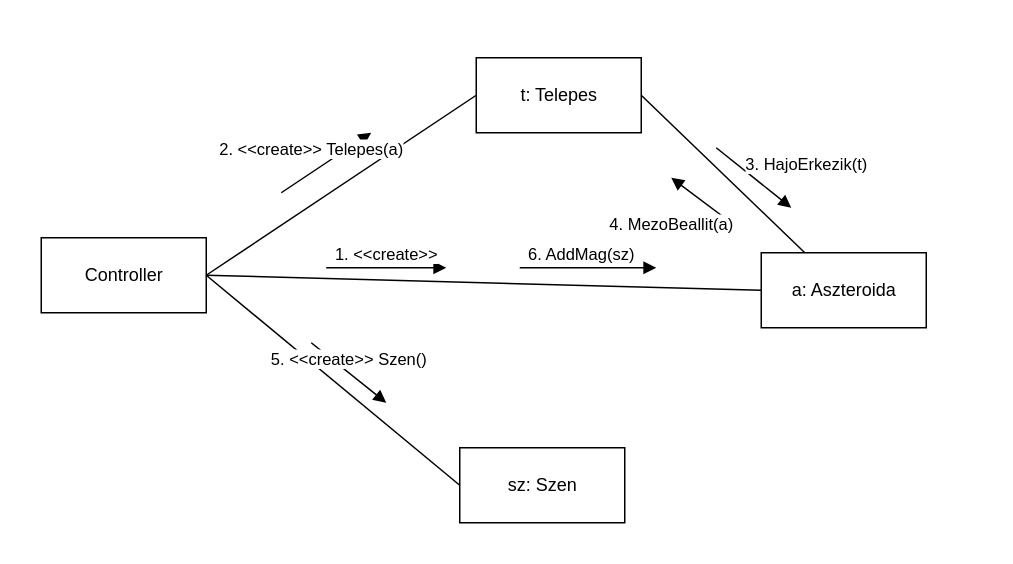
Before: page "szen" (3 of 4) of doc/kommunikacio/kom_TelepesBanyasz.drawio in torpeBoiGo/aszteroidabanyaszat, a draw.io diagram. Source tidied: cells renumbered, new cells numbered last; positions are measured from the earlier drawing's top-left corner, leaving out a move shared by most shapes. Both pictures are drawn from the tidied source at 150%, with x=0, y=0 at pixel (40, 57).
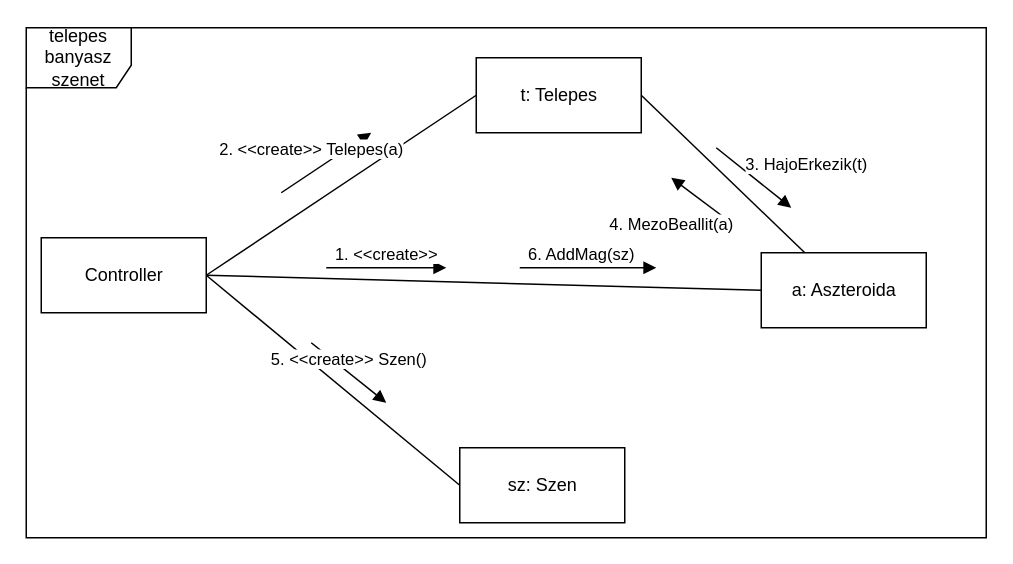
Above is the later version.

The edit, as a diff of the source:
```diff
@@
+    <mxCell id="16" value="telepes banyasz szenet" style="shape=umlFrame;whiteSpace=wrap;html=1;width=70;height=40;" parent="1" vertex="1">
+      <mxGeometry x="-10" y="-20" width="640" height="340" as="geometry" />
+    </mxCell>
```
